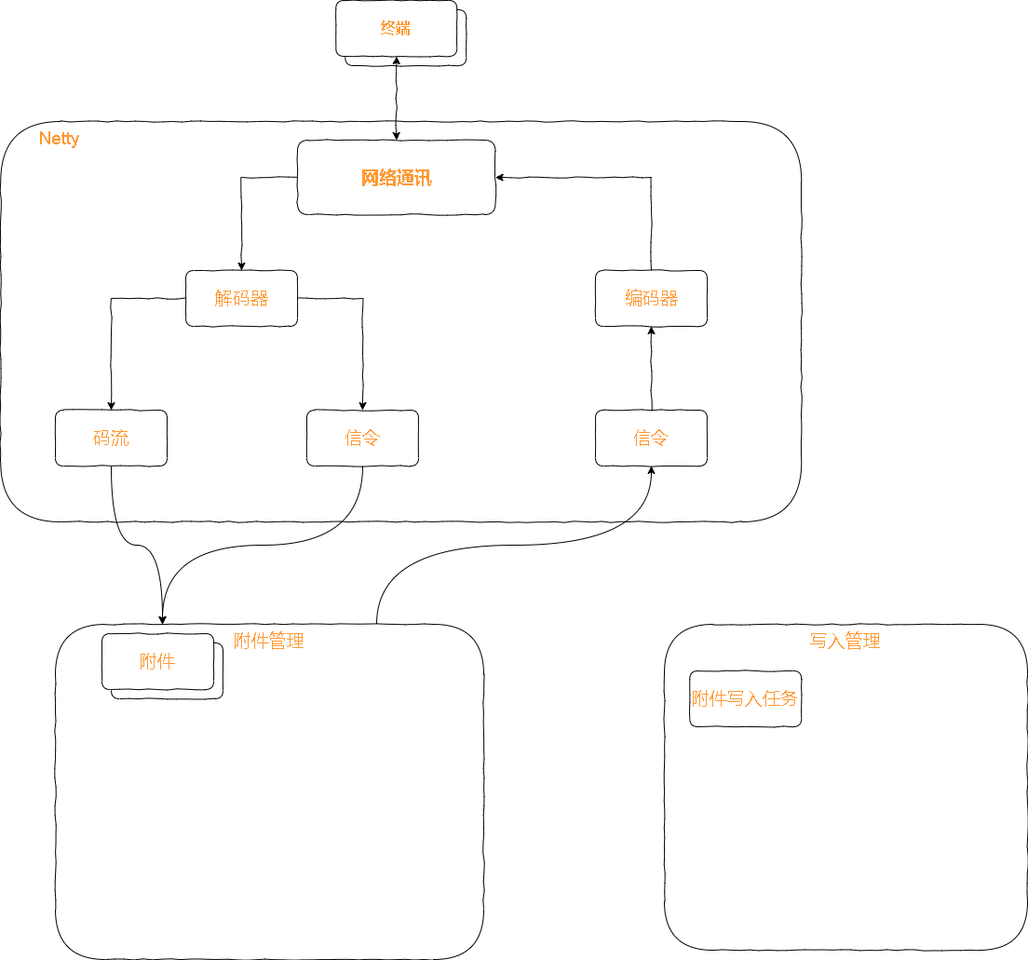
xktder/draw keeps this draw.io diagram as test.drawio.png. Above is the earlier version. Source tidied: cells renumbered, new cells last; positions are measured from the earlier drawing's top-left corner, leaving out a move shared by most shapes.
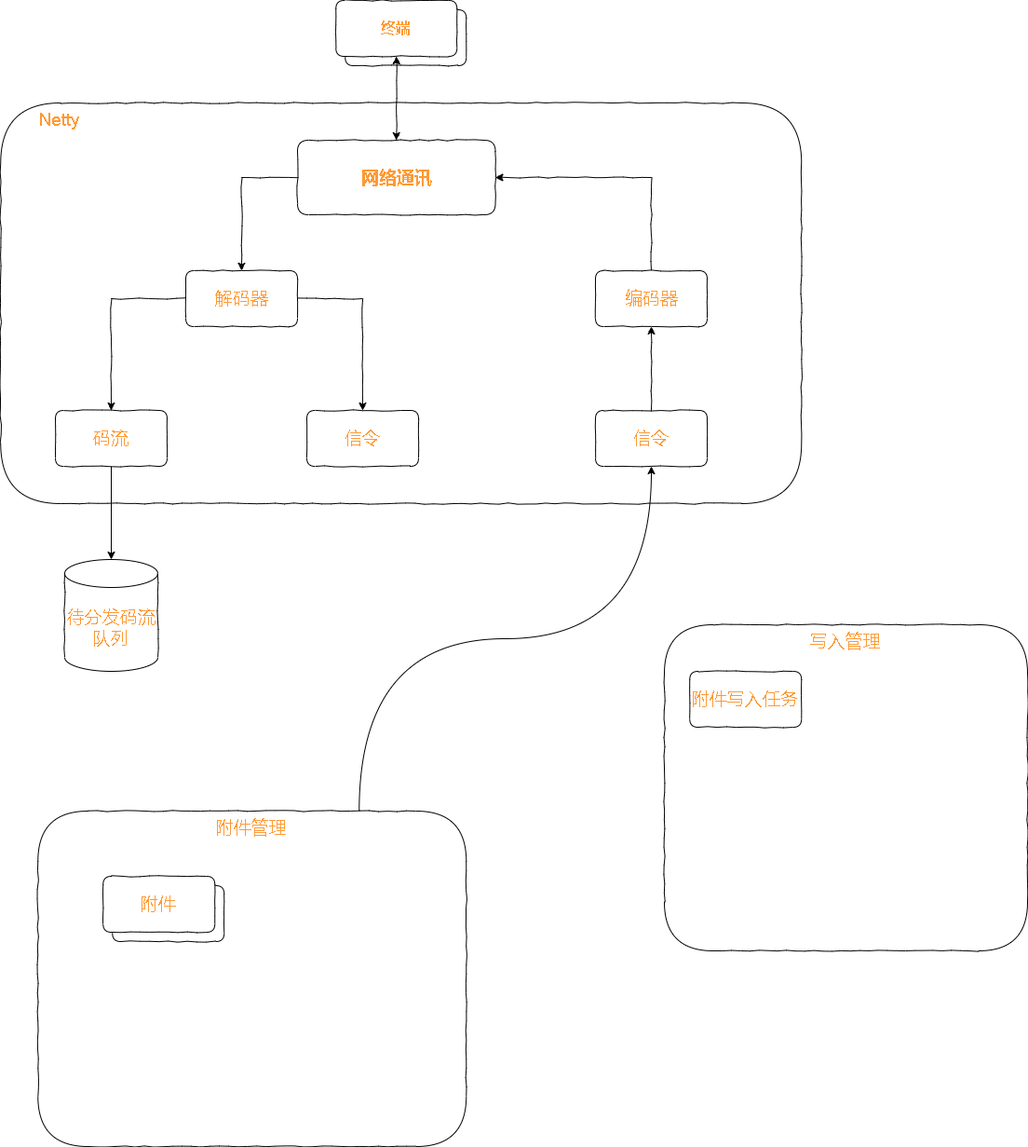
Above is the later version.

What changed in the source:
```diff
@@ -3,7 +3,7 @@
     <mxCell id="0" />
     <mxCell id="1" parent="0" />
     <mxCell id="2" value="&amp;nbsp; &amp;nbsp; &amp;nbsp; &amp;nbsp; Netty" style="rounded=1;whiteSpace=wrap;html=1;comic=1;fontSize=19;fontColor=#FF9933;strokeColor=default;gradientColor=none;verticalAlign=top;align=left;" parent="1" vertex="1">
-      <mxGeometry x="0.2" y="130" width="860" height="430" as="geometry" />
+      <mxGeometry x="0.2" y="110" width="860" height="430" as="geometry" />
     </mxCell>
     <mxCell id="3" value="写入管理" style="rounded=1;whiteSpace=wrap;html=1;comic=1;fontSize=19;fontColor=#FF9933;strokeColor=default;gradientColor=none;verticalAlign=top;" parent="1" vertex="1">
       <mxGeometry x="713" y="670" width="390" height="350" as="geometry" />
@@ -12,7 +12,7 @@
       <mxGeometry relative="1" as="geometry" />
     </mxCell>
     <mxCell id="5" value="附件管理" style="rounded=1;whiteSpace=wrap;html=1;comic=1;fontSize=19;fontColor=#FF9933;strokeColor=default;gradientColor=none;verticalAlign=top;" parent="1" vertex="1">
-      <mxGeometry x="59" y="670" width="460" height="360" as="geometry" />
+      <mxGeometry x="40.2" y="870" width="460" height="360" as="geometry" />
     </mxCell>
     <mxCell id="6" style="group;" parent="1" vertex="1">
       <mxGeometry x="360.2" width="140" height="70" as="geometry" />
@@ -47,15 +47,12 @@
     <mxCell id="16" value="编码器" style="rounded=1;whiteSpace=wrap;html=1;comic=1;fontSize=19;fontColor=#FF9933;strokeColor=default;gradientColor=none;" parent="1" vertex="1">
       <mxGeometry x="639" y="290" width="120" height="60" as="geometry" />
     </mxCell>
-    <mxCell id="17" style="edgeStyle=orthogonalEdgeStyle;rounded=0;comic=0;jettySize=auto;html=1;fontSize=19;fontColor=#FF9933;startArrow=none;startFill=0;endArrow=classic;endFill=1;entryX=0.25;entryY=0;entryDx=0;entryDy=0;curved=1;" parent="1" edge="1" source="18" target="5">
-      <mxGeometry relative="1" as="geometry" />
-    </mxCell>
+    <mxCell id="27" style="edgeStyle=orthogonalEdgeStyle;curved=1;rounded=0;comic=0;jettySize=auto;html=1;fontSize=19;fontColor=#FF9933;startArrow=none;startFill=0;endArrow=classic;endFill=1;entryX=0.5;entryY=0;entryDx=0;entryDy=0;entryPerimeter=0;" parent="1" edge="1" source="18" target="28">
+      <mxGeometry relative="1" as="geometry" />
+    </mxCell>
     <mxCell id="18" value="码流" style="rounded=1;whiteSpace=wrap;html=1;comic=1;fontSize=19;fontColor=#FF9933;strokeColor=default;gradientColor=none;" parent="1" vertex="1">
       <mxGeometry x="59" y="440" width="120" height="60" as="geometry" />
     </mxCell>
-    <mxCell id="19" style="edgeStyle=orthogonalEdgeStyle;rounded=0;comic=1;jettySize=auto;html=1;entryX=0.25;entryY=0;entryDx=0;entryDy=0;fontSize=19;fontColor=#FF9933;startArrow=none;startFill=0;endArrow=classic;endFill=1;curved=1;" parent="1" edge="1" source="20" target="5">
-      <mxGeometry relative="1" as="geometry" />
-    </mxCell>
     <mxCell id="20" value="信令" style="rounded=1;whiteSpace=wrap;html=1;comic=1;fontSize=19;fontColor=#FF9933;strokeColor=default;gradientColor=none;" parent="1" vertex="1">
       <mxGeometry x="329" y="440" width="120" height="60" as="geometry" />
     </mxCell>
@@ -69,7 +66,7 @@
       <mxGeometry x="639" y="440" width="120" height="60" as="geometry" />
     </mxCell>
     <mxCell id="24" style="group;" parent="1" vertex="1">
-      <mxGeometry x="109" y="680" width="130" height="70" as="geometry" />
+      <mxGeometry x="110.2" y="940" width="130" height="70" as="geometry" />
     </mxCell>
     <mxCell id="25" value="附件" style="rounded=1;whiteSpace=wrap;html=1;comic=1;fontSize=19;fontColor=#FF9933;strokeColor=default;gradientColor=none;" parent="24" vertex="1">
       <mxGeometry x="10" y="10" width="120" height="60" as="geometry" />
@@ -77,5 +74,8 @@
     <mxCell id="26" value="附件" style="rounded=1;whiteSpace=wrap;html=1;comic=1;fontSize=19;fontColor=#FF9933;strokeColor=default;gradientColor=none;" parent="24" vertex="1">
       <mxGeometry width="120" height="60" as="geometry" />
     </mxCell>
+    <mxCell id="28" value="待分发码流队列" style="shape=cylinder3;whiteSpace=wrap;html=1;boundedLbl=1;backgroundOutline=1;size=15;comic=1;fontSize=19;fontColor=#FF9933;strokeColor=default;gradientColor=none;" parent="1" vertex="1">
+      <mxGeometry x="69" y="600" width="100" height="120" as="geometry" />
+    </mxCell>
   </root>
 </mxGraphModel>
```
